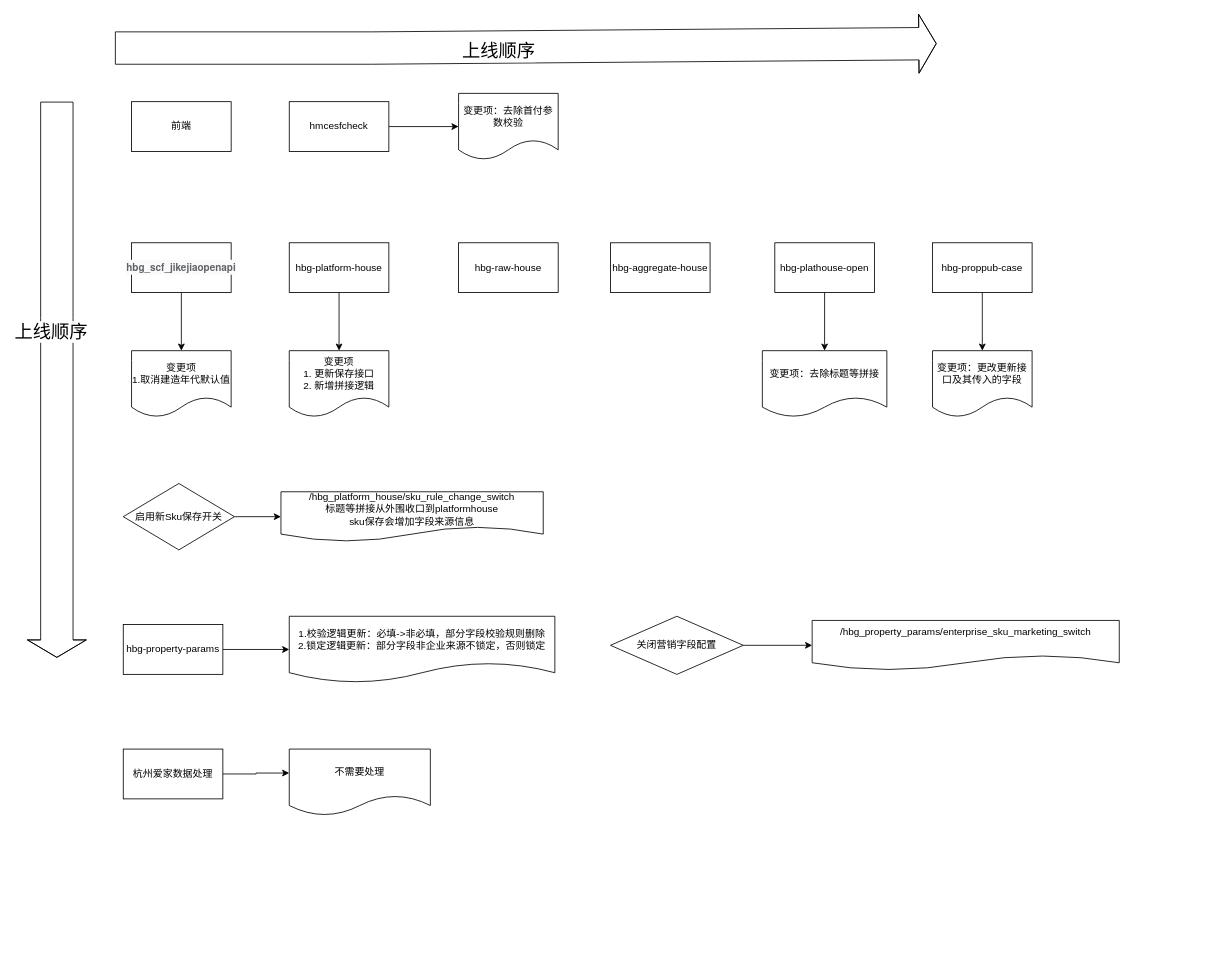
Earlier version of the draw.io diagram sku/sku规则改造上线流程.drawio (guyukou/drawio). Source tidied: cells renumbered, new cells numbered last; positions are measured from the earlier drawing's top-left corner, leaving out a move shared by most shapes. Both pictures are drawn from the tidied source at 83%, with x=0, y=0 at pixel (56, 43).
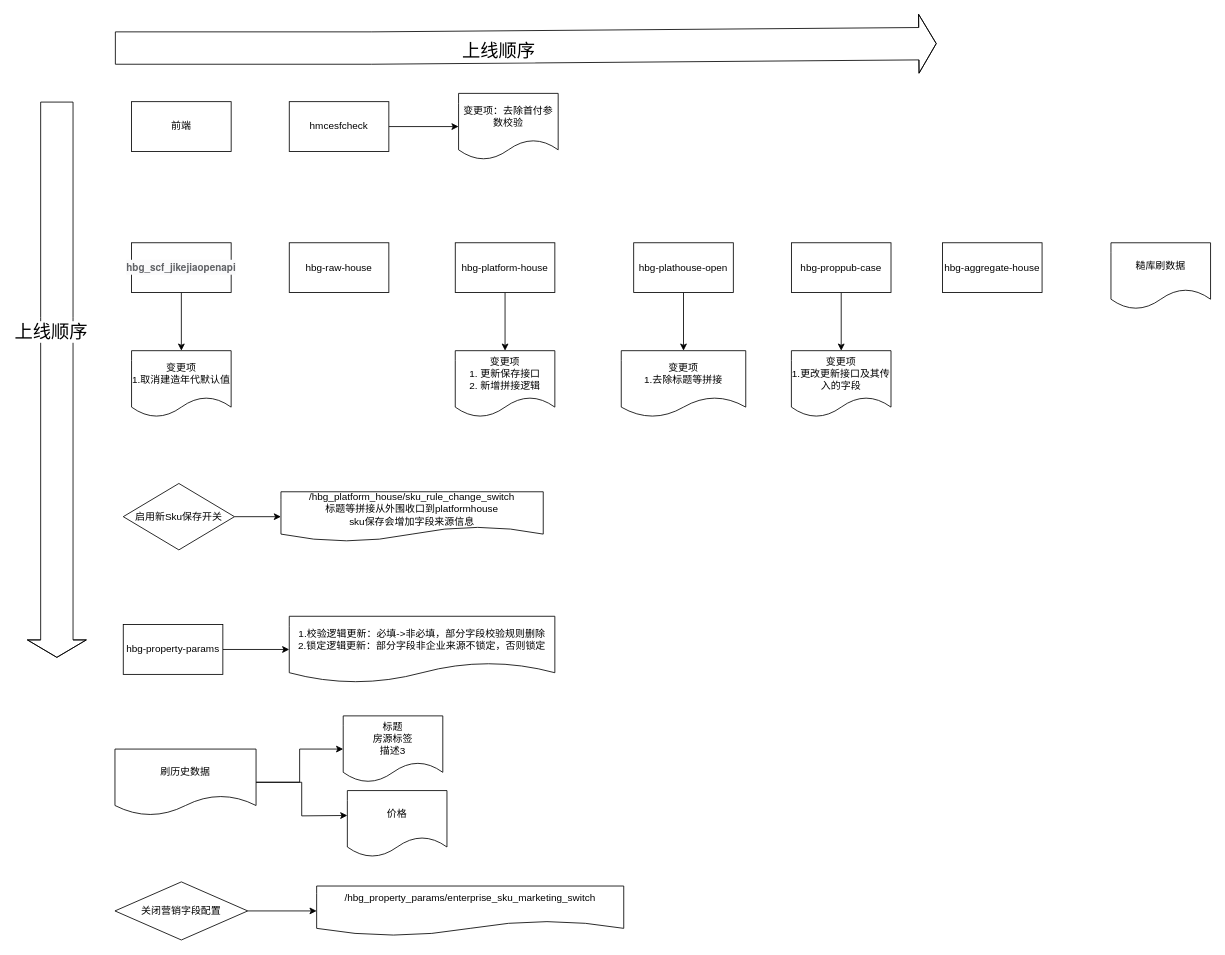
After the change.

Commit message:
Update sku规则改造上线流程.drawio

The edit, as a diff of the source:
```diff
@@
     <mxCell id="4" value="hbg-aggregate-house" style="rounded=0;whiteSpace=wrap;html=1;" parent="1" vertex="1">
-      <mxGeometry x="667" y="240" width="120" height="60" as="geometry" />
+      <mxGeometry x="1067" y="240" width="120" height="60" as="geometry" />
     </mxCell>
@@
     <mxCell id="6" value="hbg-platform-house" style="rounded=0;whiteSpace=wrap;html=1;" parent="1" vertex="1">
-      <mxGeometry x="280" y="240" width="120" height="60" as="geometry" />
+      <mxGeometry x="480" y="240" width="120" height="60" as="geometry" />
     </mxCell>
@@
     <mxCell id="8" value="hbg-plathouse-open" style="rounded=0;whiteSpace=wrap;html=1;" parent="1" vertex="1">
-      <mxGeometry x="865" y="240" width="120" height="60" as="geometry" />
+      <mxGeometry x="695" y="240" width="120" height="60" as="geometry" />
     </mxCell>
@@
     <mxCell id="12" value="hbg-proppub-case" style="rounded=0;whiteSpace=wrap;html=1;" parent="1" vertex="1">
-      <mxGeometry x="1055" y="240" width="120" height="60" as="geometry" />
+      <mxGeometry x="885" y="240" width="120" height="60" as="geometry" />
     </mxCell>
     <mxCell id="13" value="hbg-raw-house" style="rounded=0;whiteSpace=wrap;html=1;" parent="1" vertex="1">
-      <mxGeometry x="484" y="240" width="120" height="60" as="geometry" />
+      <mxGeometry x="280" y="240" width="120" height="60" as="geometry" />
     </mxCell>
@@
     <mxCell id="21" value="关闭营销字段配置" style="rhombus;whiteSpace=wrap;html=1;fontSize=12;" parent="1" vertex="1">
-      <mxGeometry x="667" y="690" width="160" height="70" as="geometry" />
+      <mxGeometry x="70" y="1010" width="160" height="70" as="geometry" />
     </mxCell>
     <mxCell id="22" value="&lt;div&gt;/hbg_property_params/enterprise_sku_marketing_switch&lt;/div&gt;&lt;div&gt;&lt;br&gt;&lt;/div&gt;" style="shape=document;whiteSpace=wrap;html=1;boundedLbl=1;" parent="1" vertex="1">
-      <mxGeometry x="910" y="695" width="370" height="60" as="geometry" />
+      <mxGeometry x="313" y="1015" width="370" height="60" as="geometry" />
     </mxCell>
@@
-    <mxCell id="25" style="edgeStyle=orthogonalEdgeStyle;rounded=0;jettySize=auto;html=1;strokeColor=default;strokeWidth=1;fontSize=12;entryX=0;entryY=0.361;entryDx=0;entryDy=0;entryPerimeter=0;" parent="1" edge="1" source="26" target="27">
-      <mxGeometry relative="1" as="geometry" />
-    </mxCell>
-    <mxCell id="26" value="杭州爱家数据处理" style="rounded=0;whiteSpace=wrap;html=1;fontSize=12;" parent="1" vertex="1">
-      <mxGeometry x="80" y="850" width="120" height="60" as="geometry" />
-    </mxCell>
+    <mxCell id="36" style="edgeStyle=orthogonalEdgeStyle;rounded=0;jettySize=auto;html=1;" parent="1" edge="1" source="27" target="39">
+      <mxGeometry relative="1" as="geometry" />
+    </mxCell>
+    <mxCell id="37" style="edgeStyle=orthogonalEdgeStyle;rounded=0;jettySize=auto;html=1;" parent="1" edge="1" source="27">
+      <mxGeometry relative="1" as="geometry">
+        <mxPoint x="350" y="930" as="targetPoint" />
+      </mxGeometry>
+    </mxCell>
-    <mxCell id="27" value="不需要处理" style="shape=document;whiteSpace=wrap;html=1;boundedLbl=1;rounded=0;" parent="1" vertex="1">
-      <mxGeometry x="280" y="850" width="170" height="80" as="geometry" />
+    <mxCell id="27" value="刷历史数据" style="shape=document;whiteSpace=wrap;html=1;boundedLbl=1;rounded=0;" parent="1" vertex="1">
+      <mxGeometry x="70" y="850" width="170" height="80" as="geometry" />
     </mxCell>
@@
-    <mxCell id="30" value="变更项：去除标题等拼接" style="shape=document;whiteSpace=wrap;html=1;boundedLbl=1;rounded=0;" parent="1" vertex="1">
-      <mxGeometry x="850" y="370" width="150" height="80" as="geometry" />
+    <mxCell id="30" value="变更项&lt;br&gt;1.去除标题等拼接" style="shape=document;whiteSpace=wrap;html=1;boundedLbl=1;rounded=0;" parent="1" vertex="1">
+      <mxGeometry x="680" y="370" width="150" height="80" as="geometry" />
     </mxCell>
-    <mxCell id="31" value="变更项：更改更新接口及其传入的字段" style="shape=document;whiteSpace=wrap;html=1;boundedLbl=1;rounded=0;" parent="1" vertex="1">
-      <mxGeometry x="1055" y="370" width="120" height="80" as="geometry" />
+    <mxCell id="31" value="变更项&lt;br&gt;1.更改更新接口及其传入的字段" style="shape=document;whiteSpace=wrap;html=1;boundedLbl=1;rounded=0;" parent="1" vertex="1">
+      <mxGeometry x="885" y="370" width="120" height="80" as="geometry" />
     </mxCell>
     <mxCell id="32" value="变更项&lt;br&gt;1. 更新保存接口&lt;br&gt;2. 新增拼接逻辑" style="shape=document;whiteSpace=wrap;html=1;boundedLbl=1;rounded=0;" parent="1" vertex="1">
-      <mxGeometry x="280" y="370" width="120" height="80" as="geometry" />
+      <mxGeometry x="480" y="370" width="120" height="80" as="geometry" />
     </mxCell>
@@
+    <mxCell id="38" value="糙库刷数据" style="shape=document;whiteSpace=wrap;html=1;boundedLbl=1;" parent="1" vertex="1">
+      <mxGeometry x="1270" y="240" width="120" height="80" as="geometry" />
+    </mxCell>
+    <mxCell id="39" value="标题&lt;br&gt;房源标签&lt;br&gt;描述3" style="shape=document;whiteSpace=wrap;html=1;boundedLbl=1;rounded=0;" parent="1" vertex="1">
+      <mxGeometry x="345" y="810" width="120" height="80" as="geometry" />
+    </mxCell>
+    <mxCell id="40" value="价格" style="shape=document;whiteSpace=wrap;html=1;boundedLbl=1;" parent="1" vertex="1">
+      <mxGeometry x="350" y="900" width="120" height="80" as="geometry" />
+    </mxCell>
```
